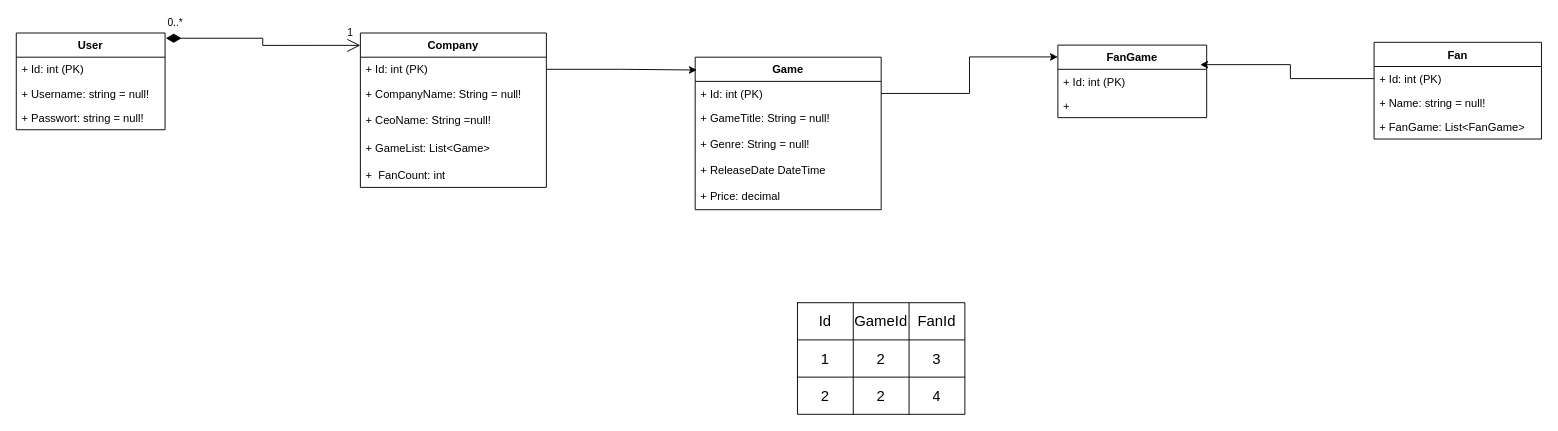
BaranAlg/Multitool-Project keeps this draw.io diagram as Doppelt_UML.drawio. Above is the earlier version. Source tidied: cells renumbered, new cells numbered last; positions are measured from the earlier drawing's top-left corner, leaving out a move shared by most shapes. Both pictures are drawn from the tidied source at 93%, with x=0, y=0 at pixel (16, 33).
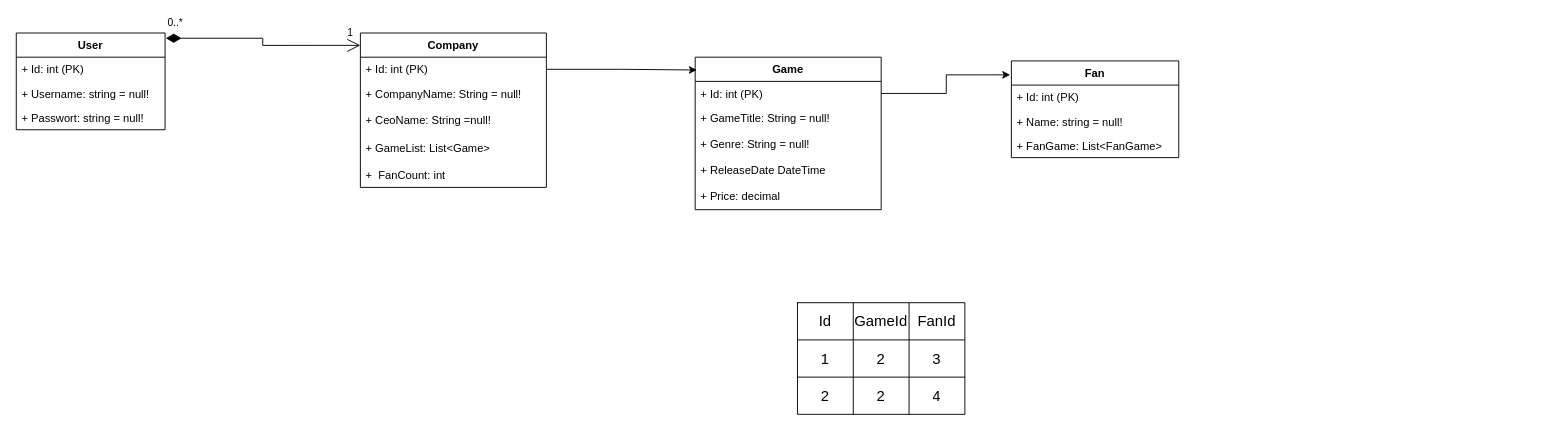
Above is the later version.

Unchanged cells that the change refers to:
```xml
<mxCell id="15" value="+ Id: int (PK)" style="text;strokeColor=none;fillColor=none;align=left;verticalAlign=top;spacingLeft=4;spacingRight=4;overflow=hidden;points=[[0,0.5],[1,0.5]];portConstraint=eastwest;whiteSpace=wrap;html=1;" parent="14" vertex="1">
  <mxGeometry y="26" width="200" height="26" as="geometry" />
</mxCell>
<mxCell id="22" value="+ Id: int (PK)" style="text;strokeColor=none;fillColor=none;align=left;verticalAlign=top;spacingLeft=4;spacingRight=4;overflow=hidden;points=[[0,0.5],[1,0.5]];portConstraint=eastwest;whiteSpace=wrap;html=1;" parent="21" vertex="1">
  <mxGeometry y="26" width="180" height="26" as="geometry" />
</mxCell>
```

Change to the diagram source:
```diff
@@
     <mxCell id="21" value="Fan" style="swimlane;fontStyle=1;align=center;verticalAlign=top;horizontal=1;startSize=26;whiteSpace=wrap;html=1;" parent="1" vertex="1">
-      <mxGeometry x="1460" y="10" width="180" height="104" as="geometry" />
+      <mxGeometry x="1070" y="30" width="180" height="104" as="geometry" />
     </mxCell>
@@
-    <mxCell id="25" value="FanGame" style="swimlane;fontStyle=1;align=center;verticalAlign=top;horizontal=1;startSize=26;whiteSpace=wrap;html=1;" parent="1" vertex="1">
-      <mxGeometry x="1120" y="13" width="160" height="78" as="geometry" />
-    </mxCell>
-    <mxCell id="26" value="+ Id: int (PK)" style="text;strokeColor=none;fillColor=none;align=left;verticalAlign=top;spacingLeft=4;spacingRight=4;overflow=hidden;points=[[0,0.5],[1,0.5]];portConstraint=eastwest;whiteSpace=wrap;html=1;" parent="25" vertex="1">
-      <mxGeometry y="26" width="160" height="26" as="geometry" />
-    </mxCell>
-    <mxCell id="27" value="+" style="text;strokeColor=none;fillColor=none;align=left;verticalAlign=top;spacingLeft=4;spacingRight=4;overflow=hidden;whiteSpace=wrap;html=1;" parent="25" vertex="1">
-      <mxGeometry y="52" width="160" height="26" as="geometry" />
-    </mxCell>
-    <mxCell id="28" style="edgeStyle=orthogonalEdgeStyle;rounded=0;jettySize=auto;html=1;exitX=1;exitY=0.5;exitDx=0;exitDy=0;entryX=0;entryY=0.163;entryDx=0;entryDy=0;entryPerimeter=0;" parent="1" edge="1" source="15" target="25">
-      <mxGeometry relative="1" as="geometry" />
-    </mxCell>
-    <mxCell id="29" style="edgeStyle=orthogonalEdgeStyle;rounded=0;jettySize=auto;html=1;exitX=0;exitY=0.5;exitDx=0;exitDy=0;entryX=0.956;entryY=-0.192;entryDx=0;entryDy=0;entryPerimeter=0;" parent="1" edge="1" source="22" target="26">
-      <mxGeometry relative="1" as="geometry" />
-    </mxCell>
@@
+    <mxCell id="43" style="edgeStyle=orthogonalEdgeStyle;rounded=0;jettySize=auto;html=1;exitX=1;exitY=0.5;exitDx=0;exitDy=0;entryX=-0.007;entryY=0.144;entryDx=0;entryDy=0;entryPerimeter=0;" parent="1" edge="1" source="15" target="21">
+      <mxGeometry relative="1" as="geometry" />
+    </mxCell>
```
